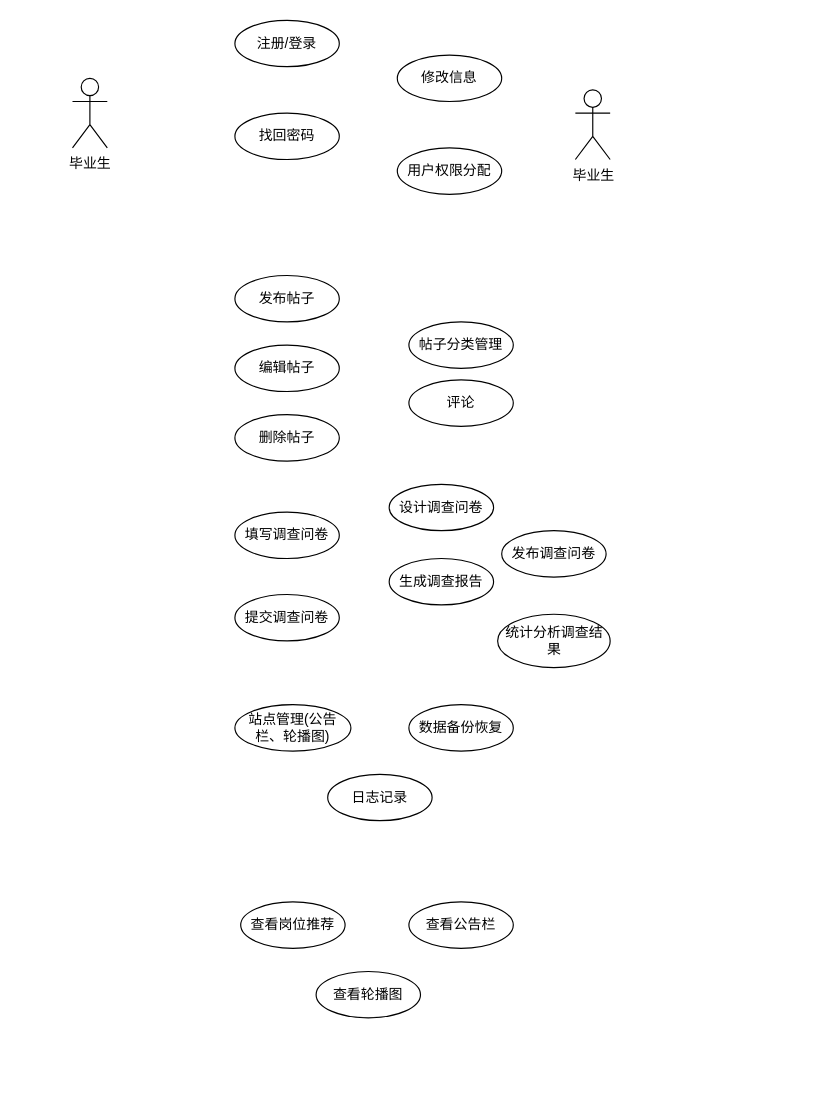
Earlier version of the draw.io diagram 用例图.drawio (Ringo-linqin/drawio). Source tidied: cells renumbered, new cells numbered last; positions are measured from the earlier drawing's top-left corner, leaving out a move shared by most shapes. Both pictures are drawn from the tidied source at 116%, with x=0, y=0 at pixel (72, 20).
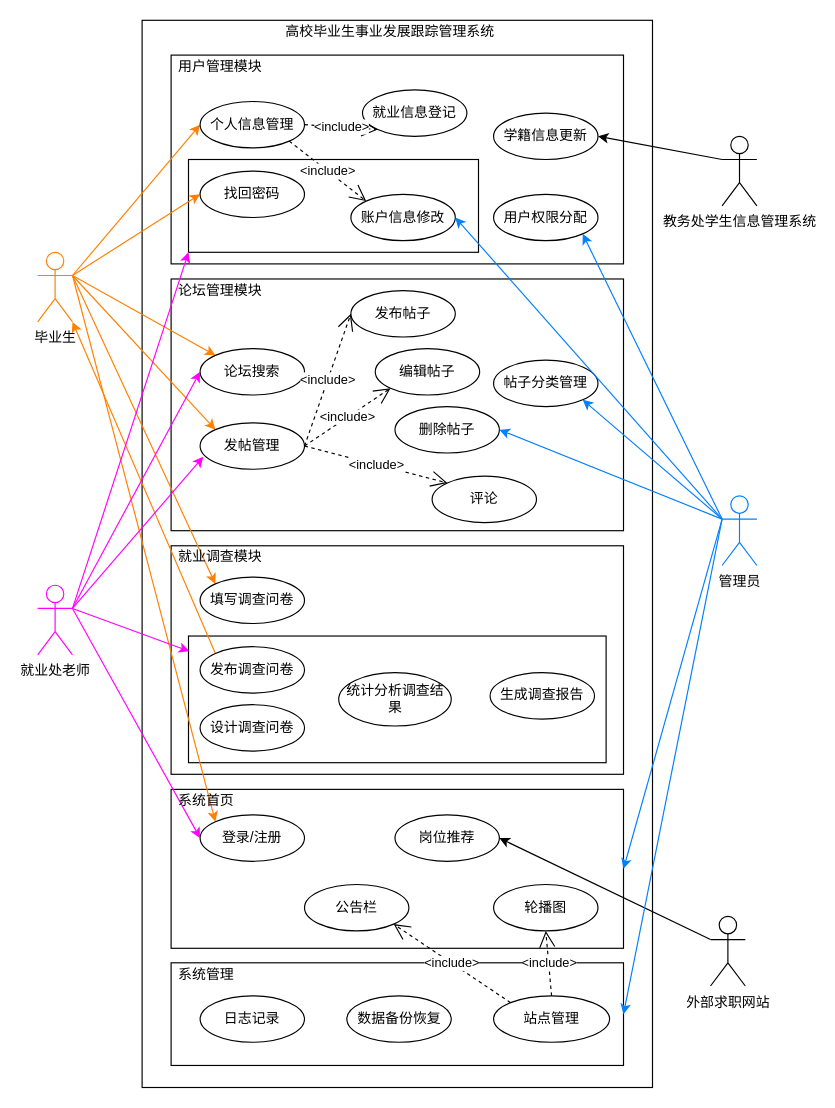
Above is the later version.

Commit message:
更新用例图.drawio

What changed in the source:
```diff
@@
+    <mxCell id="25" style="rounded=0;whiteSpace=wrap;html=1;" parent="1" vertex="1">
+      <mxGeometry x="60" width="440" height="920" as="geometry" />
+    </mxCell>
+    <mxCell id="26" style="rounded=0;whiteSpace=wrap;html=1;" parent="1" vertex="1">
+      <mxGeometry x="85" y="30" width="390" height="180" as="geometry" />
+    </mxCell>
+    <mxCell id="27" style="rounded=0;whiteSpace=wrap;html=1;" parent="1" vertex="1">
+      <mxGeometry x="100" y="120" width="250" height="80" as="geometry" />
+    </mxCell>
+    <mxCell id="28" style="rounded=0;whiteSpace=wrap;html=1;" parent="1" vertex="1">
+      <mxGeometry x="85" y="453" width="390" height="197" as="geometry" />
+    </mxCell>
+    <mxCell id="29" style="rounded=0;whiteSpace=wrap;html=1;" parent="1" vertex="1">
+      <mxGeometry x="100" y="530.8" width="360" height="109.2" as="geometry" />
+    </mxCell>
+    <mxCell id="30" style="rounded=0;whiteSpace=wrap;html=1;" parent="1" vertex="1">
+      <mxGeometry x="85" y="812.5" width="390" height="88.5" as="geometry" />
+    </mxCell>
+    <mxCell id="31" style="rounded=0;whiteSpace=wrap;html=1;" parent="1" vertex="1">
+      <mxGeometry x="85" y="663" width="390" height="137" as="geometry" />
+    </mxCell>
+    <mxCell id="32" style="rounded=0;whiteSpace=wrap;html=1;" parent="1" vertex="1">
+      <mxGeometry x="85" y="223" width="390" height="217" as="geometry" />
+    </mxCell>
+    <mxCell id="33" style="rounded=0;jettySize=auto;html=1;entryX=0;entryY=0.5;entryDx=0;entryDy=0;exitX=1;exitY=0.3333333333333333;exitDx=0;exitDy=0;exitPerimeter=0;strokeColor=#FF8000;" parent="1" edge="1" source="2" target="5">
+      <mxGeometry relative="1" as="geometry" />
+    </mxCell>
+    <mxCell id="34" style="rounded=0;jettySize=auto;html=1;exitX=1;exitY=0.3333333333333333;exitDx=0;exitDy=0;exitPerimeter=0;entryX=0;entryY=0;entryDx=0;entryDy=0;strokeColor=#FF8000;" parent="1" edge="1" source="2" target="45">
+      <mxGeometry relative="1" as="geometry" />
+    </mxCell>
+    <mxCell id="35" style="rounded=0;jettySize=auto;html=1;exitX=1;exitY=0.3333333333333333;exitDx=0;exitDy=0;exitPerimeter=0;entryX=0;entryY=0;entryDx=0;entryDy=0;strokeColor=#FF8000;" parent="1" edge="1" source="2" target="44">
+      <mxGeometry relative="1" as="geometry" />
+    </mxCell>
+    <mxCell id="36" style="rounded=0;jettySize=auto;html=1;exitX=1;exitY=0.3333333333333333;exitDx=0;exitDy=0;exitPerimeter=0;entryX=0;entryY=0;entryDx=0;entryDy=0;strokeColor=#FF8000;" parent="1" edge="1" source="2" target="15">
+      <mxGeometry relative="1" as="geometry" />
+    </mxCell>
+    <mxCell id="37" style="rounded=0;jettySize=auto;html=1;exitX=1;exitY=0.3333333333333333;exitDx=0;exitDy=0;exitPerimeter=0;entryX=0;entryY=0;entryDx=0;entryDy=0;strokeColor=#FF8000;" parent="1" edge="1" source="2" target="49">
+      <mxGeometry relative="1" as="geometry" />
+    </mxCell>
+    <mxCell id="38" style="rounded=0;jettySize=auto;html=1;exitX=1;exitY=0.3333333333333333;exitDx=0;exitDy=0;exitPerimeter=0;entryX=0;entryY=0.5;entryDx=0;entryDy=0;strokeColor=#FF8000;" parent="1" edge="1" source="2" target="4">
+      <mxGeometry relative="1" as="geometry" />
+    </mxCell>
-    <mxCell id="2" value="毕业生" style="shape=umlActor;verticalLabelPosition=bottom;verticalAlign=top;html=1;" parent="1" vertex="1">
-      <mxGeometry y="50" width="30" height="60" as="geometry" />
+    <mxCell id="2" value="毕业生" style="shape=umlActor;verticalLabelPosition=bottom;verticalAlign=top;html=1;strokeColor=#FF8000;" parent="1" vertex="1">
+      <mxGeometry x="-30" y="200" width="30" height="60" as="geometry" />
     </mxCell>
-    <mxCell id="3" value="注册/登录" style="ellipse;whiteSpace=wrap;html=1;" parent="1" vertex="1">
-      <mxGeometry x="140" width="90" height="40" as="geometry" />
-    </mxCell>
-    <mxCell id="4" value="修改信息" style="ellipse;whiteSpace=wrap;html=1;" parent="1" vertex="1">
-      <mxGeometry x="280" y="30" width="90" height="40" as="geometry" />
+    <mxCell id="4" value="个人信息管理" style="ellipse;whiteSpace=wrap;html=1;" parent="1" vertex="1">
+      <mxGeometry x="110" y="70" width="90" height="40" as="geometry" />
     </mxCell>
     <mxCell id="5" value="找回密码" style="ellipse;whiteSpace=wrap;html=1;" parent="1" vertex="1">
-      <mxGeometry x="140" y="80" width="90" height="40" as="geometry" />
+      <mxGeometry x="110" y="130" width="90" height="40" as="geometry" />
     </mxCell>
     <mxCell id="6" value="用户权限分配" style="ellipse;whiteSpace=wrap;html=1;" parent="1" vertex="1">
-      <mxGeometry x="280" y="110" width="90" height="40" as="geometry" />
+      <mxGeometry x="363" y="150" width="90" height="40" as="geometry" />
     </mxCell>
     <mxCell id="7" value="帖子分类管理" style="ellipse;whiteSpace=wrap;html=1;" parent="1" vertex="1">
-      <mxGeometry x="290" y="260" width="90" height="40" as="geometry" />
+      <mxGeometry x="363" y="293" width="90" height="40" as="geometry" />
     </mxCell>
     <mxCell id="8" value="发布帖子" style="ellipse;whiteSpace=wrap;html=1;" parent="1" vertex="1">
-      <mxGeometry x="140" y="220" width="90" height="40" as="geometry" />
+      <mxGeometry x="240" y="233" width="90" height="40" as="geometry" />
     </mxCell>
     <mxCell id="9" value="编辑帖子" style="ellipse;whiteSpace=wrap;html=1;" parent="1" vertex="1">
-      <mxGeometry x="140" y="280" width="90" height="40" as="geometry" />
+      <mxGeometry x="261" y="283" width="90" height="40" as="geometry" />
     </mxCell>
     <mxCell id="10" value="删除帖子" style="ellipse;whiteSpace=wrap;html=1;" parent="1" vertex="1">
-      <mxGeometry x="140" y="340" width="90" height="40" as="geometry" />
+      <mxGeometry x="278" y="333" width="90" height="40" as="geometry" />
     </mxCell>
     <mxCell id="11" value="评论" style="ellipse;whiteSpace=wrap;html=1;" parent="1" vertex="1">
-      <mxGeometry x="290" y="310" width="90" height="40" as="geometry" />
+      <mxGeometry x="310" y="393" width="90" height="40" as="geometry" />
     </mxCell>
-    <mxCell id="12" value="提交调查问卷" style="ellipse;whiteSpace=wrap;html=1;" parent="1" vertex="1">
-      <mxGeometry x="140" y="495" width="90" height="40" as="geometry" />
-    </mxCell>
     <mxCell id="13" value="设计调查问卷" style="ellipse;whiteSpace=wrap;html=1;" parent="1" vertex="1">
-      <mxGeometry x="273" y="400" width="90" height="40" as="geometry" />
+      <mxGeometry x="110" y="590" width="90" height="40" as="geometry" />
     </mxCell>
+    <mxCell id="39" style="rounded=0;jettySize=auto;html=1;exitX=0;exitY=0;exitDx=0;exitDy=0;entryX=1;entryY=1;entryDx=0;entryDy=0;entryPerimeter=0;strokeColor=#FF8000;" parent="1" edge="1" source="14" target="2">
+      <mxGeometry relative="1" as="geometry" />
+    </mxCell>
     <mxCell id="14" value="发布调查问卷" style="ellipse;whiteSpace=wrap;html=1;" parent="1" vertex="1">
-      <mxGeometry x="370" y="440" width="90" height="40" as="geometry" />
+      <mxGeometry x="110" y="540" width="90" height="40" as="geometry" />
     </mxCell>
     <mxCell id="15" value="填写调查问卷" style="ellipse;whiteSpace=wrap;html=1;" parent="1" vertex="1">
-      <mxGeometry x="140" y="424" width="90" height="40" as="geometry" />
+      <mxGeometry x="110" y="480" width="90" height="40" as="geometry" />
     </mxCell>
     <mxCell id="16" value="统计分析调查结果" style="ellipse;whiteSpace=wrap;html=1;" parent="1" vertex="1">
-      <mxGeometry x="366.5" y="512" width="97" height="46" as="geometry" />
+      <mxGeometry x="229.5" y="562.4" width="97" height="46" as="geometry" />
     </mxCell>
     <mxCell id="17" value="生成调查报告" style="ellipse;whiteSpace=wrap;html=1;" parent="1" vertex="1">
-      <mxGeometry x="273" y="464" width="90" height="40" as="geometry" />
+      <mxGeometry x="360" y="562.4" width="90" height="40" as="geometry" />
     </mxCell>
-    <mxCell id="18" value="站点管理(公告栏、轮播图)" style="ellipse;whiteSpace=wrap;html=1;" parent="1" vertex="1">
-      <mxGeometry x="140" y="590" width="100" height="40" as="geometry" />
+    <mxCell id="18" value="站点管理" style="ellipse;whiteSpace=wrap;html=1;" parent="1" vertex="1">
+      <mxGeometry x="363" y="841" width="100" height="40" as="geometry" />
     </mxCell>
     <mxCell id="19" value="数据备份恢复" style="ellipse;whiteSpace=wrap;html=1;" parent="1" vertex="1">
-      <mxGeometry x="290" y="590" width="90" height="40" as="geometry" />
+      <mxGeometry x="236.5" y="841" width="90" height="40" as="geometry" />
     </mxCell>
     <mxCell id="20" value="日志记录" style="ellipse;whiteSpace=wrap;html=1;" parent="1" vertex="1">
-      <mxGeometry x="220" y="650" width="90" height="40" as="geometry" />
+      <mxGeometry x="110" y="841" width="90" height="40" as="geometry" />
     </mxCell>
+    <mxCell id="40" style="rounded=0;jettySize=auto;html=1;exitX=0;exitY=0.3333333333333333;exitDx=0;exitDy=0;exitPerimeter=0;entryX=1;entryY=0.5;entryDx=0;entryDy=0;" parent="1" edge="1" source="21" target="41">
+      <mxGeometry relative="1" as="geometry" />
+    </mxCell>
-    <mxCell id="21" value="毕业生" style="shape=umlActor;verticalLabelPosition=bottom;verticalAlign=top;html=1;" parent="1" vertex="1">
-      <mxGeometry x="433.5" y="60" width="30" height="60" as="geometry" />
+    <mxCell id="21" value="教务处学生信息管理系统" style="shape=umlActor;verticalLabelPosition=bottom;verticalAlign=top;html=1;" parent="1" vertex="1">
+      <mxGeometry x="560" y="100" width="30" height="60" as="geometry" />
     </mxCell>
-    <mxCell id="22" value="查看岗位推荐" style="ellipse;whiteSpace=wrap;html=1;" parent="1" vertex="1">
-      <mxGeometry x="145" y="760" width="90" height="40" as="geometry" />
+    <mxCell id="22" value="岗位推荐" style="ellipse;whiteSpace=wrap;html=1;" parent="1" vertex="1">
+      <mxGeometry x="278" y="685" width="90" height="40" as="geometry" />
     </mxCell>
-    <mxCell id="23" value="查看公告栏" style="ellipse;whiteSpace=wrap;html=1;" parent="1" vertex="1">
-      <mxGeometry x="290" y="760" width="90" height="40" as="geometry" />
+    <mxCell id="23" value="公告栏" style="ellipse;whiteSpace=wrap;html=1;" parent="1" vertex="1">
+      <mxGeometry x="200" y="745" width="90" height="40" as="geometry" />
     </mxCell>
-    <mxCell id="24" value="查看轮播图" style="ellipse;whiteSpace=wrap;html=1;" parent="1" vertex="1">
-      <mxGeometry x="210" y="820" width="90" height="40" as="geometry" />
+    <mxCell id="24" value="轮播图" style="ellipse;whiteSpace=wrap;html=1;" parent="1" vertex="1">
+      <mxGeometry x="363" y="745" width="90" height="40" as="geometry" />
     </mxCell>
+    <mxCell id="41" value="&lt;p&gt;学籍信息更新&lt;/p&gt;" style="ellipse;whiteSpace=wrap;html=1;" parent="1" vertex="1">
+      <mxGeometry x="363" y="80" width="90" height="40" as="geometry" />
+    </mxCell>
+    <mxCell id="42" value="就业信息登记" style="ellipse;whiteSpace=wrap;html=1;" parent="1" vertex="1">
+      <mxGeometry x="250" y="60" width="90" height="40" as="geometry" />
+    </mxCell>
+    <mxCell id="43" value="&lt;p&gt;账户信息修改&lt;/p&gt;" style="ellipse;whiteSpace=wrap;html=1;" parent="1" vertex="1">
+      <mxGeometry x="240" y="150" width="90" height="40" as="geometry" />
+    </mxCell>
+    <mxCell id="44" value="发帖管理" style="ellipse;whiteSpace=wrap;html=1;" parent="1" vertex="1">
+      <mxGeometry x="110" y="347" width="90" height="40" as="geometry" />
+    </mxCell>
+    <mxCell id="45" value="论坛搜索" style="ellipse;whiteSpace=wrap;html=1;" parent="1" vertex="1">
+      <mxGeometry x="110" y="283" width="90" height="40" as="geometry" />
+    </mxCell>
+    <mxCell id="46" value="&amp;lt;include&amp;gt;" style="endArrow=open;endSize=12;dashed=1;html=1;rounded=0;exitX=1;exitY=0.5;exitDx=0;exitDy=0;entryX=0;entryY=0.5;entryDx=0;entryDy=0;" parent="1" edge="1" source="44" target="8">
+      <mxGeometry relative="1" as="geometry" />
+    </mxCell>
+    <mxCell id="47" value="&amp;lt;include&amp;gt;" style="endArrow=open;endSize=12;dashed=1;html=1;rounded=0;exitX=1;exitY=0.5;exitDx=0;exitDy=0;entryX=0;entryY=1;entryDx=0;entryDy=0;" parent="1" edge="1" source="44" target="9">
+      <mxGeometry relative="1" as="geometry" />
+    </mxCell>
+    <mxCell id="48" value="&amp;lt;include&amp;gt;" style="endArrow=open;endSize=12;dashed=1;html=1;rounded=0;exitX=1;exitY=0.5;exitDx=0;exitDy=0;entryX=0;entryY=0;entryDx=0;entryDy=0;" parent="1" edge="1" source="44" target="11">
+      <mxGeometry relative="1" as="geometry" />
+    </mxCell>
+    <mxCell id="49" value="登录/注册" style="ellipse;whiteSpace=wrap;html=1;" parent="1" vertex="1">
+      <mxGeometry x="110" y="685" width="90" height="40" as="geometry" />
+    </mxCell>
+    <mxCell id="50" style="rounded=0;jettySize=auto;html=1;exitX=1;exitY=0.3333333333333333;exitDx=0;exitDy=0;exitPerimeter=0;entryX=0;entryY=1;entryDx=0;entryDy=0;strokeColor=#FF00FF;" parent="1" edge="1" source="55" target="27">
+      <mxGeometry relative="1" as="geometry" />
+    </mxCell>
+    <mxCell id="51" style="rounded=0;jettySize=auto;html=1;exitX=1;exitY=0.3333333333333333;exitDx=0;exitDy=0;exitPerimeter=0;entryX=0;entryY=0.5;entryDx=0;entryDy=0;strokeColor=#FF00FF;" parent="1" edge="1" source="55" target="45">
+      <mxGeometry relative="1" as="geometry" />
+    </mxCell>
+    <mxCell id="52" style="rounded=0;jettySize=auto;html=1;exitX=1;exitY=0.3333333333333333;exitDx=0;exitDy=0;exitPerimeter=0;entryX=0.03;entryY=0.733;entryDx=0;entryDy=0;entryPerimeter=0;strokeColor=#FF00FF;" parent="1" edge="1" source="55" target="44">
+      <mxGeometry relative="1" as="geometry" />
+    </mxCell>
+    <mxCell id="53" style="rounded=0;jettySize=auto;html=1;exitX=1;exitY=0.3333333333333333;exitDx=0;exitDy=0;exitPerimeter=0;entryX=0.002;entryY=0.12;entryDx=0;entryDy=0;entryPerimeter=0;strokeColor=#FF00FF;" parent="1" edge="1" source="55" target="29">
+      <mxGeometry relative="1" as="geometry" />
+    </mxCell>
+    <mxCell id="54" style="rounded=0;jettySize=auto;html=1;exitX=1;exitY=0.3333333333333333;exitDx=0;exitDy=0;exitPerimeter=0;entryX=0;entryY=0.5;entryDx=0;entryDy=0;strokeColor=#FF00FF;" parent="1" edge="1" source="55" target="49">
+      <mxGeometry relative="1" as="geometry" />
+    </mxCell>
+    <mxCell id="55" value="就业处老师" style="shape=umlActor;verticalLabelPosition=bottom;verticalAlign=top;html=1;strokeColor=#FF00FF;" parent="1" vertex="1">
+      <mxGeometry x="-30" y="487" width="30" height="60" as="geometry" />
+    </mxCell>
+    <mxCell id="56" style="rounded=0;jettySize=auto;html=1;exitX=0;exitY=0.3333333333333333;exitDx=0;exitDy=0;exitPerimeter=0;entryX=1;entryY=0.5;entryDx=0;entryDy=0;" parent="1" edge="1" source="57" target="22">
+      <mxGeometry relative="1" as="geometry" />
+    </mxCell>
+    <mxCell id="57" value="外部求职网站" style="shape=umlActor;verticalLabelPosition=bottom;verticalAlign=top;html=1;" parent="1" vertex="1">
+      <mxGeometry x="550" y="772.5" width="30" height="60" as="geometry" />
+    </mxCell>
+    <mxCell id="58" style="rounded=0;jettySize=auto;html=1;exitX=0;exitY=0.3333333333333333;exitDx=0;exitDy=0;exitPerimeter=0;entryX=1;entryY=1;entryDx=0;entryDy=0;strokeColor=#007FFF;" parent="1" edge="1" source="64" target="6">
+      <mxGeometry relative="1" as="geometry" />
+    </mxCell>
+    <mxCell id="59" style="rounded=0;jettySize=auto;html=1;exitX=0;exitY=0.3333333333333333;exitDx=0;exitDy=0;exitPerimeter=0;entryX=1;entryY=0.5;entryDx=0;entryDy=0;strokeColor=#007FFF;" parent="1" edge="1" source="64" target="43">
+      <mxGeometry relative="1" as="geometry" />
+    </mxCell>
+    <mxCell id="60" style="rounded=0;jettySize=auto;html=1;exitX=0;exitY=0.3333333333333333;exitDx=0;exitDy=0;exitPerimeter=0;entryX=1;entryY=1;entryDx=0;entryDy=0;strokeColor=#007FFF;" parent="1" edge="1" source="64" target="7">
+      <mxGeometry relative="1" as="geometry" />
+    </mxCell>
+    <mxCell id="61" style="rounded=0;jettySize=auto;html=1;exitX=0;exitY=0.3333333333333333;exitDx=0;exitDy=0;exitPerimeter=0;entryX=1;entryY=0.5;entryDx=0;entryDy=0;strokeColor=#007FFF;" parent="1" edge="1" source="64" target="10">
+      <mxGeometry relative="1" as="geometry" />
+    </mxCell>
+    <mxCell id="62" style="rounded=0;jettySize=auto;html=1;exitX=0;exitY=0.3333333333333333;exitDx=0;exitDy=0;exitPerimeter=0;entryX=1;entryY=0.5;entryDx=0;entryDy=0;strokeColor=#007FFF;" parent="1" edge="1" source="64" target="31">
+      <mxGeometry relative="1" as="geometry" />
+    </mxCell>
+    <mxCell id="63" style="rounded=0;jettySize=auto;html=1;exitX=0;exitY=0.3333333333333333;exitDx=0;exitDy=0;exitPerimeter=0;entryX=1;entryY=0.5;entryDx=0;entryDy=0;strokeColor=#007FFF;" parent="1" edge="1" source="64" target="30">
+      <mxGeometry relative="1" as="geometry" />
+    </mxCell>
+    <mxCell id="64" value="管理员" style="shape=umlActor;verticalLabelPosition=bottom;verticalAlign=top;html=1;strokeColor=#007FFF;" parent="1" vertex="1">
+      <mxGeometry x="560" y="410" width="30" height="60" as="geometry" />
+    </mxCell>
+    <mxCell id="65" value="高校毕业生事业发展跟踪管理系统" style="text;html=1;strokeColor=none;fillColor=none;align=center;verticalAlign=middle;whiteSpace=wrap;rounded=0;" parent="1" vertex="1">
+      <mxGeometry x="179" width="190" height="20" as="geometry" />
+    </mxCell>
+    <mxCell id="66" value="用户管理模块" style="text;html=1;strokeColor=none;fillColor=none;align=center;verticalAlign=middle;whiteSpace=wrap;rounded=0;" parent="1" vertex="1">
+      <mxGeometry x="85" y="30" width="85" height="20" as="geometry" />
+    </mxCell>
+    <mxCell id="67" value="论坛管理模块" style="text;html=1;strokeColor=none;fillColor=none;align=center;verticalAlign=middle;whiteSpace=wrap;rounded=0;" parent="1" vertex="1">
+      <mxGeometry x="85" y="223" width="85" height="20" as="geometry" />
+    </mxCell>
+    <mxCell id="68" value="就业调查模块" style="text;html=1;strokeColor=none;fillColor=none;align=center;verticalAlign=middle;whiteSpace=wrap;rounded=0;" parent="1" vertex="1">
+      <mxGeometry x="85" y="453" width="85" height="20" as="geometry" />
+    </mxCell>
+    <mxCell id="69" value="系统首页" style="text;html=1;strokeColor=none;fillColor=none;align=center;verticalAlign=middle;whiteSpace=wrap;rounded=0;" parent="1" vertex="1">
+      <mxGeometry x="73" y="663" width="85" height="20" as="geometry" />
+    </mxCell>
+    <mxCell id="70" value="系统管理" style="text;html=1;strokeColor=none;fillColor=none;align=center;verticalAlign=middle;whiteSpace=wrap;rounded=0;" parent="1" vertex="1">
+      <mxGeometry x="73" y="812.5" width="85" height="20" as="geometry" />
+    </mxCell>
+    <mxCell id="71" value="&amp;lt;include&amp;gt;" style="endArrow=open;endSize=12;dashed=1;html=1;rounded=0;exitX=0.5;exitY=0;exitDx=0;exitDy=0;entryX=0.5;entryY=1;entryDx=0;entryDy=0;" parent="1" edge="1" source="18" target="24">
+      <mxGeometry relative="1" as="geometry" />
+    </mxCell>
+    <mxCell id="72" value="&amp;lt;include&amp;gt;" style="endArrow=open;endSize=12;dashed=1;html=1;rounded=0;exitX=0;exitY=0;exitDx=0;exitDy=0;entryX=1;entryY=1;entryDx=0;entryDy=0;" parent="1" edge="1" source="18" target="23">
+      <mxGeometry relative="1" as="geometry" />
+    </mxCell>
+    <mxCell id="73" value="&amp;lt;include&amp;gt;" style="endArrow=open;endSize=12;dashed=1;html=1;rounded=0;exitX=1;exitY=0.5;exitDx=0;exitDy=0;entryX=0;entryY=1;entryDx=0;entryDy=0;" parent="1" edge="1" source="4" target="42">
+      <mxGeometry relative="1" as="geometry" />
+    </mxCell>
+    <mxCell id="74" value="&amp;lt;include&amp;gt;" style="endArrow=open;endSize=12;dashed=1;html=1;rounded=0;exitX=1;exitY=1;exitDx=0;exitDy=0;entryX=0;entryY=0;entryDx=0;entryDy=0;" parent="1" edge="1" source="4" target="43">
+      <mxGeometry relative="1" as="geometry" />
+    </mxCell>
```
